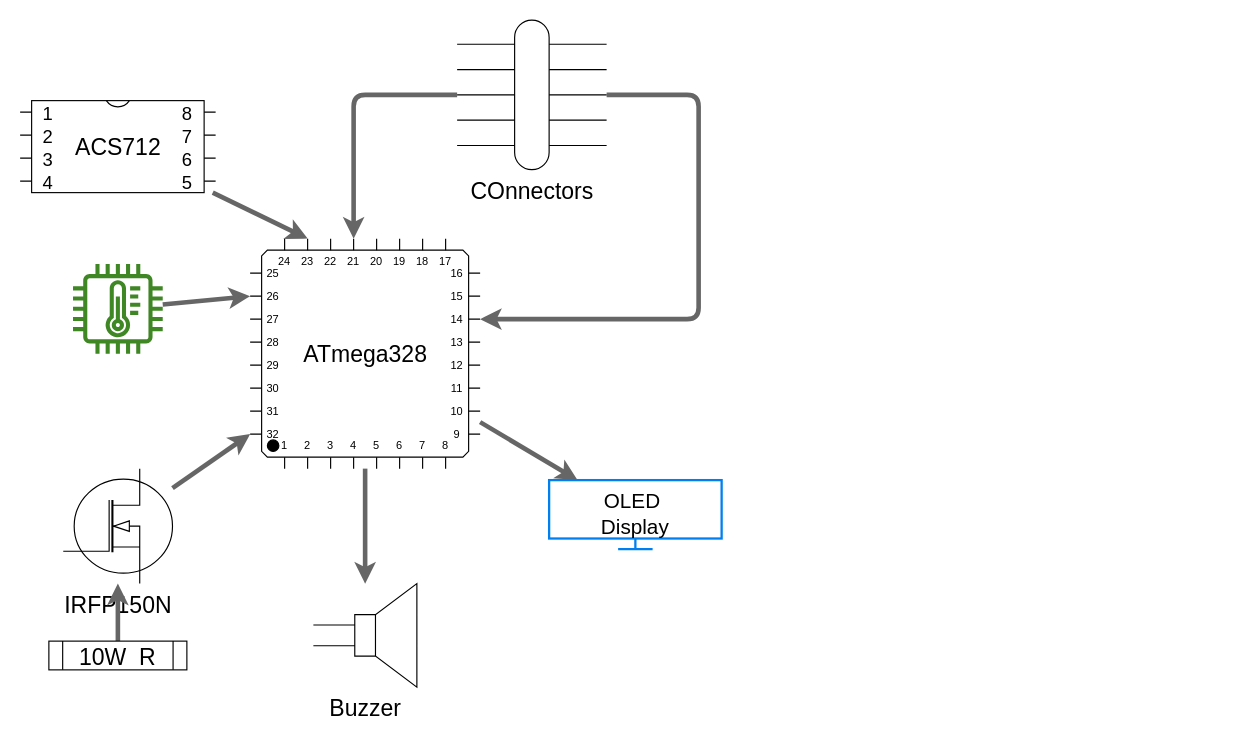
partha235/wire_harness keeps this draw.io diagram as workflow.dio. Above is the earlier version. Source tidied: cells renumbered, new cells numbered last; positions are measured from the earlier drawing's top-left corner, leaving out a move shared by most shapes. Both pictures are drawn from the tidied source at 115%, with x=0, y=0 at pixel (20, 20).
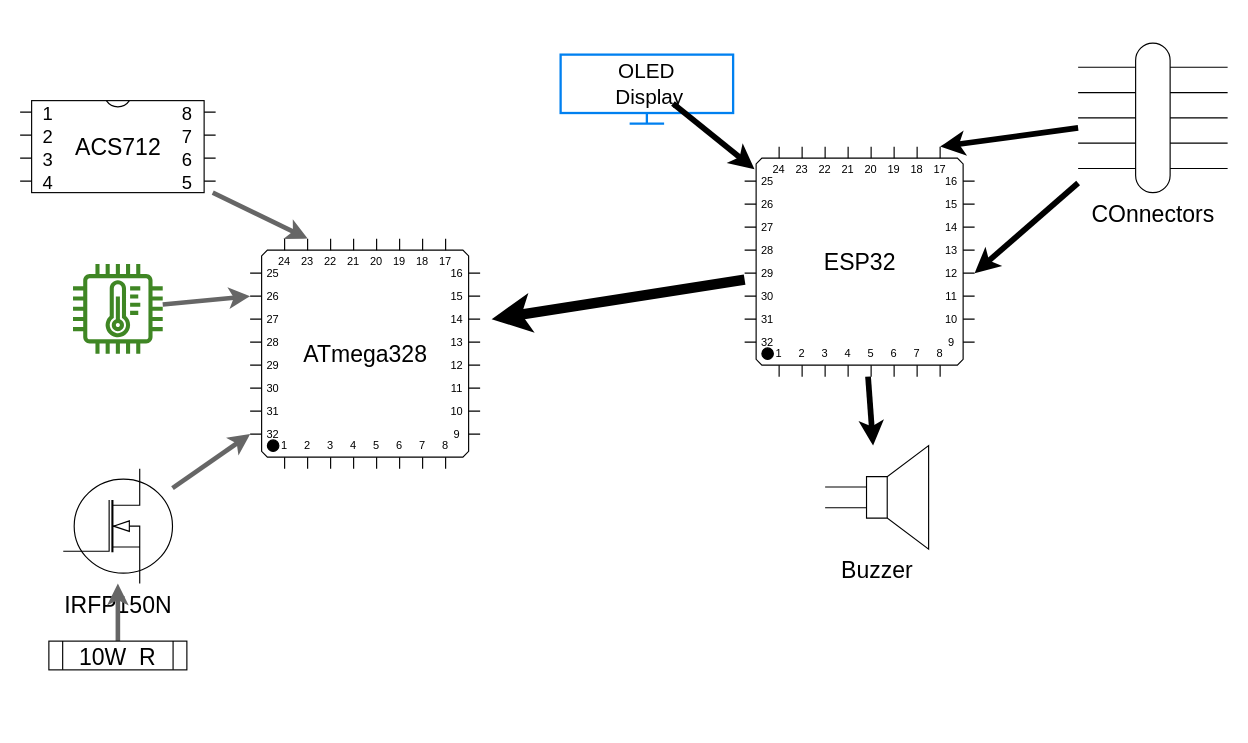
The same page after the edit.

The change refers to these unchanged cells:
```xml
<mxCell id="4" value="&lt;font style=&quot;font-size: 20px;&quot;&gt;ATmega328&lt;/font&gt;" style="shadow=0;dashed=0;align=center;html=1;strokeWidth=1;shape=mxgraph.electrical.logic_gates.qfp_ic;labelNames=a,b,c,d,e,f,g,h,i,j,k,l,m,n,o,p,q,r,s,t,u,v,w,x,y,z,a1,b1,c1,d1,e1,f1,g1,h1,i1,j1,k1,l1,m1,n1;" parent="1" vertex="1">
  <mxGeometry x="200" y="190" width="200" height="200" as="geometry" />
</mxCell>
```

What changed in the source:
```diff
@@
-    <mxCell id="2" style="edgeStyle=none;html=1;strokeWidth=4;fontSize=14;fontColor=#FFFFFF;fillColor=#f5f5f5;strokeColor=#666666;" parent="1" edge="1" source="4" target="14">
-      <mxGeometry relative="1" as="geometry" />
-    </mxCell>
-    <mxCell id="3" style="edgeStyle=none;html=1;strokeWidth=4;fontSize=14;fontColor=#FFFFFF;fillColor=#f5f5f5;strokeColor=#666666;" parent="1" edge="1" source="4" target="11">
-      <mxGeometry relative="1" as="geometry" />
-    </mxCell>
@@
     <mxCell id="11" style="html=1;verticalLabelPosition=bottom;align=center;labelBackgroundColor=#ffffff;verticalAlign=top;strokeWidth=2;strokeColor=#0080F0;shadow=0;dashed=0;shape=mxgraph.ios7.icons.monitor;fontSize=20;" parent="1" vertex="1">
-      <mxGeometry x="460" y="400" width="150" height="60" as="geometry" />
+      <mxGeometry x="470" y="30" width="150" height="60" as="geometry" />
     </mxCell>
@@
+    <mxCell id="19" style="edgeStyle=none;html=1;entryX=0;entryY=0;entryDx=170;entryDy=0;entryPerimeter=0;strokeWidth=5;" parent="1" edge="1" source="17" target="24">
+      <mxGeometry relative="1" as="geometry" />
+    </mxCell>
+    <mxCell id="20" style="edgeStyle=none;html=1;entryX=1;entryY=0;entryDx=0;entryDy=110;entryPerimeter=0;strokeWidth=5;" parent="1" edge="1" source="17" target="24">
+      <mxGeometry relative="1" as="geometry" />
+    </mxCell>
+    <mxCell id="17" value="COnnectors" style="verticalLabelPosition=bottom;shadow=0;dashed=0;align=center;html=1;verticalAlign=top;shape=mxgraph.electrical.transmission.cable_group;fontSize=20;" parent="1" vertex="1">
+      <mxGeometry x="920" y="20" width="130" height="130" as="geometry" />
+    </mxCell>
+    <mxCell id="21" style="edgeStyle=none;html=1;entryX=0.043;entryY=0.098;entryDx=0;entryDy=0;entryPerimeter=0;strokeWidth=5;" parent="1" edge="1" source="18" target="24">
+      <mxGeometry relative="1" as="geometry" />
+    </mxCell>
+    <mxCell id="18" value="&lt;font color=&quot;#000000&quot; style=&quot;font-size: 18px;&quot;&gt;OLED&amp;nbsp;&lt;br&gt;Display&lt;/font&gt;" style="text;html=1;strokeColor=none;fillColor=none;align=center;verticalAlign=middle;whiteSpace=wrap;rounded=0;labelBackgroundColor=none;fontSize=16;fontColor=#99FFCC;" parent="1" vertex="1">
+      <mxGeometry x="505" y="40" width="85" height="32.5" as="geometry" />
+    </mxCell>
+    <mxCell id="22" style="edgeStyle=none;html=1;strokeWidth=5;" parent="1" edge="1" source="24" target="14">
+      <mxGeometry relative="1" as="geometry" />
+    </mxCell>
+    <mxCell id="23" style="edgeStyle=none;html=1;strokeWidth=9;" parent="1" edge="1" source="24">
+      <mxGeometry relative="1" as="geometry">
+        <mxPoint x="410" y="260" as="targetPoint" />
+      </mxGeometry>
+    </mxCell>
+    <mxCell id="24" value="&lt;font style=&quot;font-size: 20px;&quot;&gt;ESP32&lt;/font&gt;" style="shadow=0;dashed=0;align=center;html=1;strokeWidth=1;shape=mxgraph.electrical.logic_gates.qfp_ic;labelNames=a,b,c,d,e,f,g,h,i,j,k,l,m,n,o,p,q,r,s,t,u,v,w,x,y,z,a1,b1,c1,d1,e1,f1,g1,h1,i1,j1,k1,l1,m1,n1;" parent="1" vertex="1">
+      <mxGeometry x="630" y="110" width="200" height="200" as="geometry" />
+    </mxCell>
     <mxCell id="14" value="Buzzer" style="verticalLabelPosition=bottom;shadow=0;dashed=0;align=center;html=1;verticalAlign=top;shape=mxgraph.electrical.electro-mechanical.loudspeaker;fontSize=20;" parent="1" vertex="1">
-      <mxGeometry x="255" y="490" width="90" height="90" as="geometry" />
+      <mxGeometry x="700" y="370" width="90" height="90" as="geometry" />
     </mxCell>
-    <mxCell id="15" style="edgeStyle=none;html=1;entryX=0;entryY=0;entryDx=90;entryDy=0;entryPerimeter=0;strokeWidth=4;fontSize=14;fontColor=#FFFFFF;fillColor=#f5f5f5;strokeColor=#666666;" parent="1" edge="1" source="17" target="4">
-      <mxGeometry relative="1" as="geometry">
-        <Array as="points">
-          <mxPoint x="290" y="65" />
-        </Array>
-      </mxGeometry>
-    </mxCell>
-    <mxCell id="16" style="edgeStyle=none;html=1;entryX=1;entryY=0;entryDx=0;entryDy=70;entryPerimeter=0;strokeWidth=4;fontSize=14;fontColor=#FFFFFF;fillColor=#f5f5f5;strokeColor=#666666;" parent="1" edge="1" source="17" target="4">
-      <mxGeometry relative="1" as="geometry">
-        <Array as="points">
-          <mxPoint x="590" y="65" />
-          <mxPoint x="590" y="260" />
-        </Array>
-      </mxGeometry>
-    </mxCell>
-    <mxCell id="17" value="COnnectors" style="verticalLabelPosition=bottom;shadow=0;dashed=0;align=center;html=1;verticalAlign=top;shape=mxgraph.electrical.transmission.cable_group;fontSize=20;" parent="1" vertex="1">
-      <mxGeometry x="380" width="130" height="130" as="geometry" />
-    </mxCell>
-    <mxCell id="18" value="&lt;font color=&quot;#000000&quot; style=&quot;font-size: 18px;&quot;&gt;OLED&amp;nbsp;&lt;br&gt;Display&lt;/font&gt;" style="text;html=1;strokeColor=none;fillColor=none;align=center;verticalAlign=middle;whiteSpace=wrap;rounded=0;labelBackgroundColor=none;fontSize=16;fontColor=#99FFCC;" parent="1" vertex="1">
-      <mxGeometry x="505" y="415" width="60" height="30" as="geometry" />
-    </mxCell>
```
